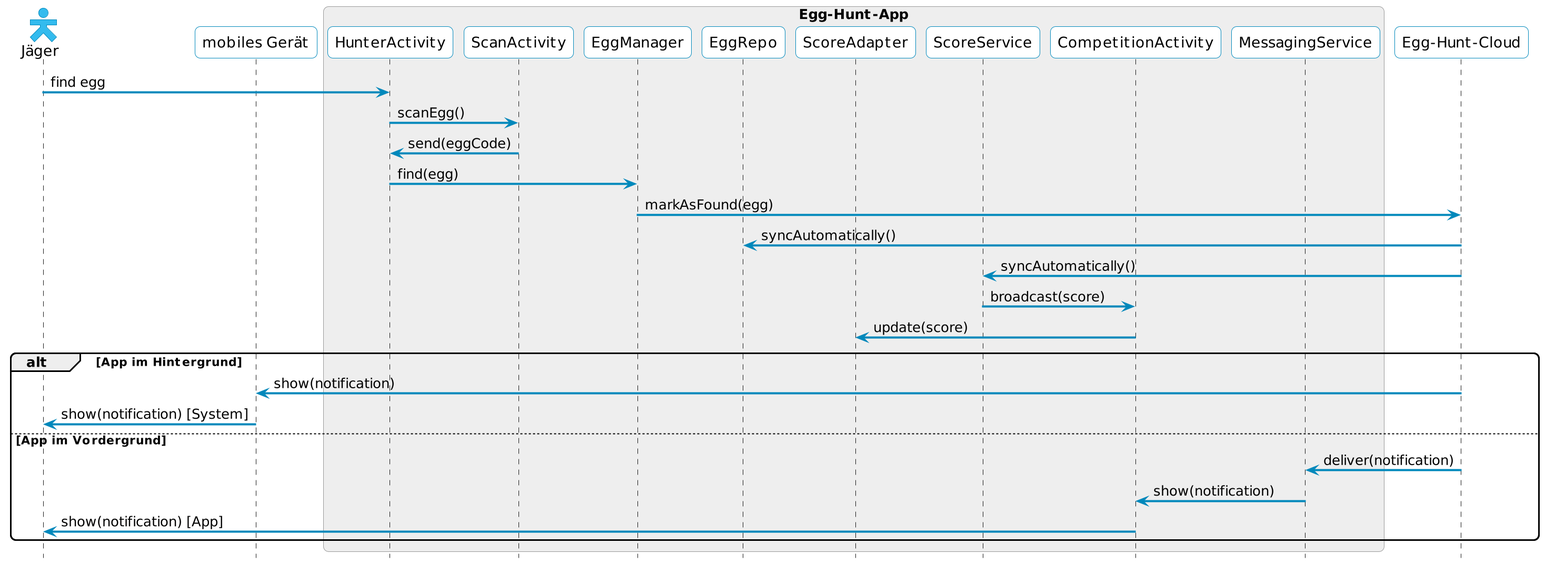
This is doc/sequences/findEgg2.png from rinverardi/app-egghunt, a PlantUML export, as it was before one commit.
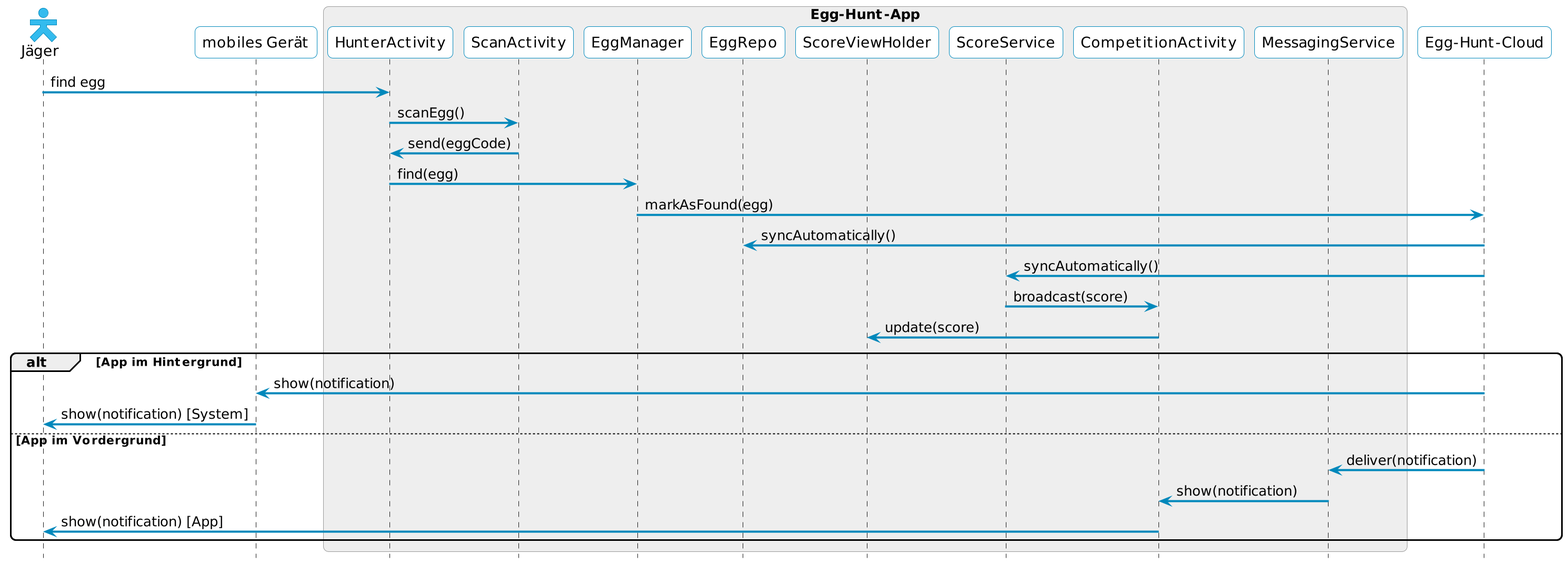
Above is the later version.

Commit message:
update sequence diagram to include scoreViewHolder instead of scoreAdapter

The edit, as a diff of the source:
```diff
@@ -39,7 +39,7 @@
   participant "ScanActivity" as scanActivity
   participant "EggManager" as eggManager
   participant "EggRepo" as eggRepo
-  participant "ScoreAdapter" as scoreAdapter
+  participant "ScoreViewHolder" as scoreViewHolder
   participant "ScoreService" as scoreService
   participant "CompetitionActivity" as competitionActivity
   participant "MessagingService" as messagingService
@@ -55,7 +55,7 @@
 cloud -> eggRepo: syncAutomatically()
 cloud -> scoreService: syncAutomatically()
 scoreService -> competitionActivity: broadcast(score)
-competitionActivity -> scoreAdapter: update(score)
+competitionActivity -> scoreViewHolder: update(score)
 
 alt App im Hintergrund
   cloud -> mobileDevice: show(notification)
```
